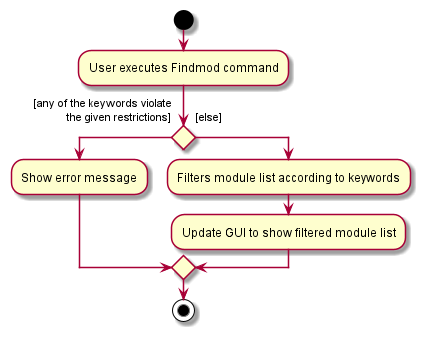
nus-cs2103-AY2021S1/tp keeps this PlantUML diagram as docs/images/FindmodActivityDiagram.png. Above is the earlier version.
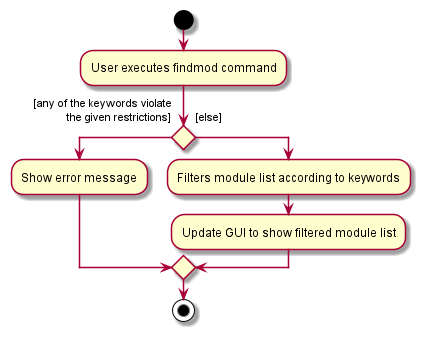
Above is the later version.

The edit, as a diff of the source:
```diff
@@ -1,6 +1,6 @@
 @startuml
 start
-:User executes Findmod command;
+:User executes findmod command;
 
 
 if () then ([any of the keywords violate
```
